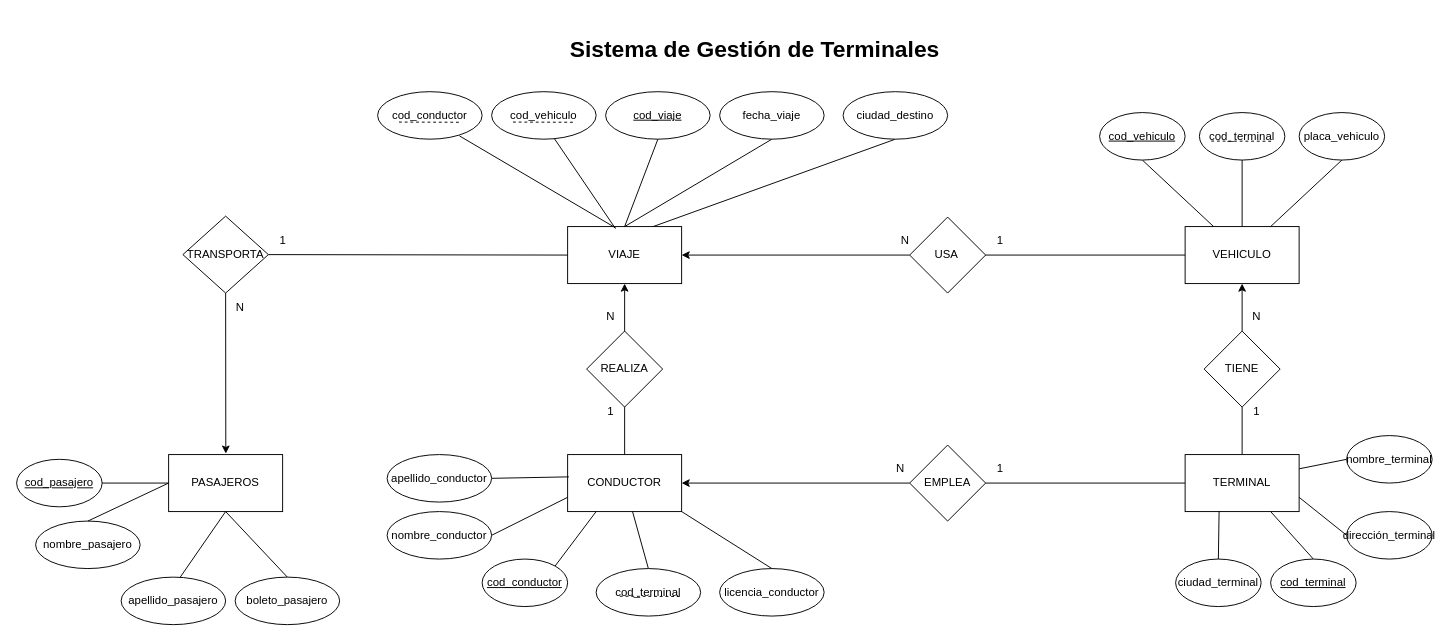
Earlier version of the draw.io diagram MER.drawio (Vladimirjon/Proyecto_BDD). Source tidied: cells renumbered, new cells numbered last; positions are measured from the earlier drawing's top-left corner, leaving out a move shared by most shapes. Both pictures are drawn from the tidied source at 95%, with x=0, y=0 at pixel (16, 16).
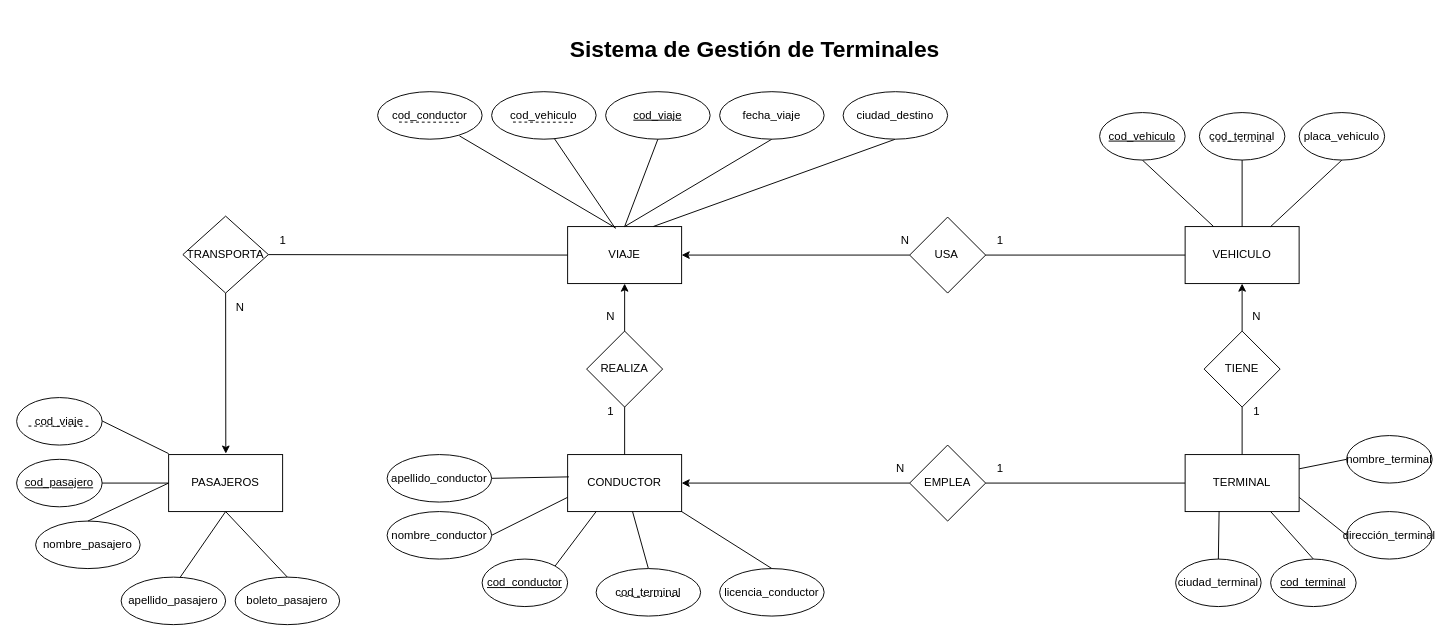
The same diagram, later.

Commit message (it also covers changes not shown here):
Quitar FK de MER y arreglar las relaciones

Diff of the diagram source:
```diff
@@
+    <mxCell id="79" value="cod_viaje" style="ellipse;whiteSpace=wrap;html=1;" parent="1" vertex="1">
+      <mxGeometry y="401" width="90" height="50" as="geometry" />
+    </mxCell>
+    <mxCell id="80" style="edgeStyle=none;html=1;exitX=1;exitY=0.5;exitDx=0;exitDy=0;endArrow=none;endFill=0;" parent="1" edge="1">
+      <mxGeometry relative="1" as="geometry">
+        <mxPoint x="90" y="425.6" as="sourcePoint" />
+        <mxPoint x="160" y="460" as="targetPoint" />
+      </mxGeometry>
+    </mxCell>
+    <mxCell id="81" style="endArrow=none;dashed=1;html=1;jumpSize=1;" parent="1" edge="1">
+      <mxGeometry relative="1" as="geometry">
+        <mxPoint x="12.5" y="431" as="sourcePoint" />
+        <mxPoint x="77.5" y="431.2" as="targetPoint" />
+      </mxGeometry>
+    </mxCell>
```
